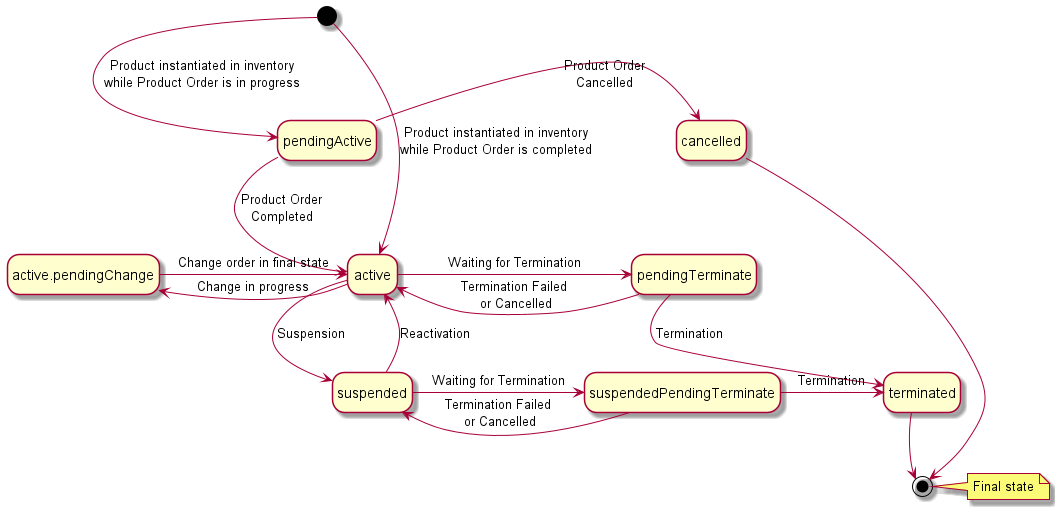
MEF-GIT/MEF-LSO-Sonata-SDK keeps this PlantUML diagram as documentation/productApi/inventory/media/productStates.png. Above is the earlier version. Source of this version:
```plantuml
@startuml

hide empty description


[*] --[hidden]> pendingActive

pendingActive --[hidden]> active.pendingChange
pendingActive --[hidden]> active
pendingActive --[hidden]> pendingTerminate
cancelled --[hidden]> pendingTerminate

active --[hidden]> suspended
pendingTerminate --[hidden]> suspendedPendingTerminate
pendingTerminate --[hidden]> terminated

terminated --[hidden]> [*]
note right : Final state

[*] -[norank]> active : Product instantiated in inventory\nwhile Product Order is completed
[*] -[norank]> pendingActive : Product instantiated in inventory\nwhile Product Order is in progress

pendingActive -[norank]> active : Product Order\nCompleted
pendingActive -[norank]> cancelled : Product Order\nCancelled

cancelled -[norank]> [*]

active -[norank]> active.pendingChange : Change in progress
active -[norank]> suspended : Suspension
active -[norank]> pendingTerminate : Waiting for Termination

active.pendingChange -[norank]> active : Change order in final state

suspended -[norank]> active : Reactivation
suspended -[norank]> suspendedPendingTerminate : Waiting for Termination

pendingTerminate -[norank]> active : Termination Failed\n or Cancelled
pendingTerminate -[norank]> terminated : Termination

suspendedPendingTerminate -[norank]> suspended : Termination Failed\n or Cancelled
suspendedPendingTerminate -[norank]> terminated : Termination

terminated -[norank]> [*]


@enduml
```
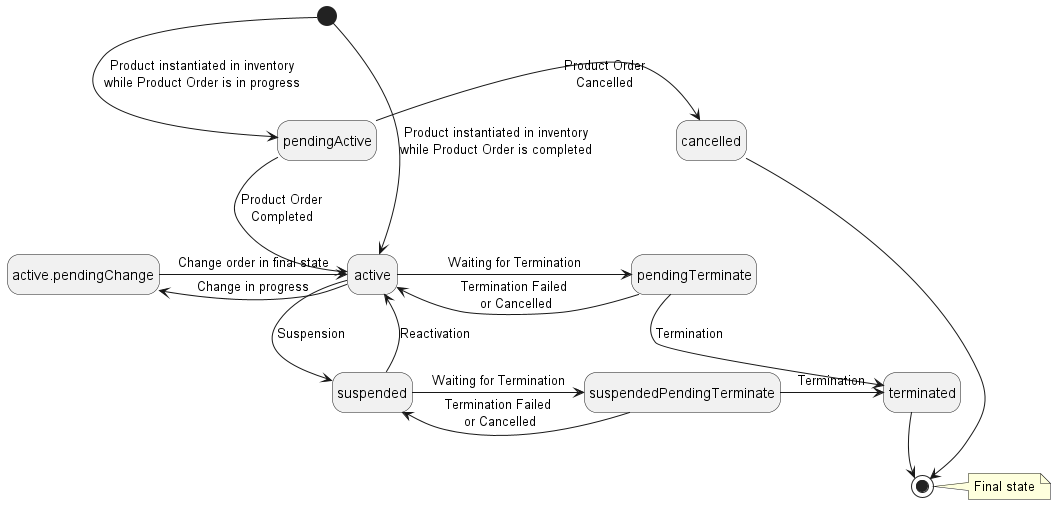
The same diagram one commit later.

Diff of the diagram source:
```diff
@@ -1,11 +1,11 @@
 @startuml
 
 hide empty description
-
+state "active.pendingChange" as pendingChange
 
 [*] --[hidden]> pendingActive
 
-pendingActive --[hidden]> active.pendingChange
+pendingActive --[hidden]> pendingChange
 pendingActive --[hidden]> active
 pendingActive --[hidden]> pendingTerminate
 cancelled --[hidden]> pendingTerminate
@@ -25,11 +25,11 @@
 
 cancelled -[norank]> [*]
 
-active -[norank]> active.pendingChange : Change in progress
+active -[norank]> pendingChange : Change in progress
 active -[norank]> suspended : Suspension
 active -[norank]> pendingTerminate : Waiting for Termination
 
-active.pendingChange -[norank]> active : Change order in final state
+pendingChange -[norank]> active : Change order in final state
 
 suspended -[norank]> active : Reactivation
 suspended -[norank]> suspendedPendingTerminate : Waiting for Termination
```
